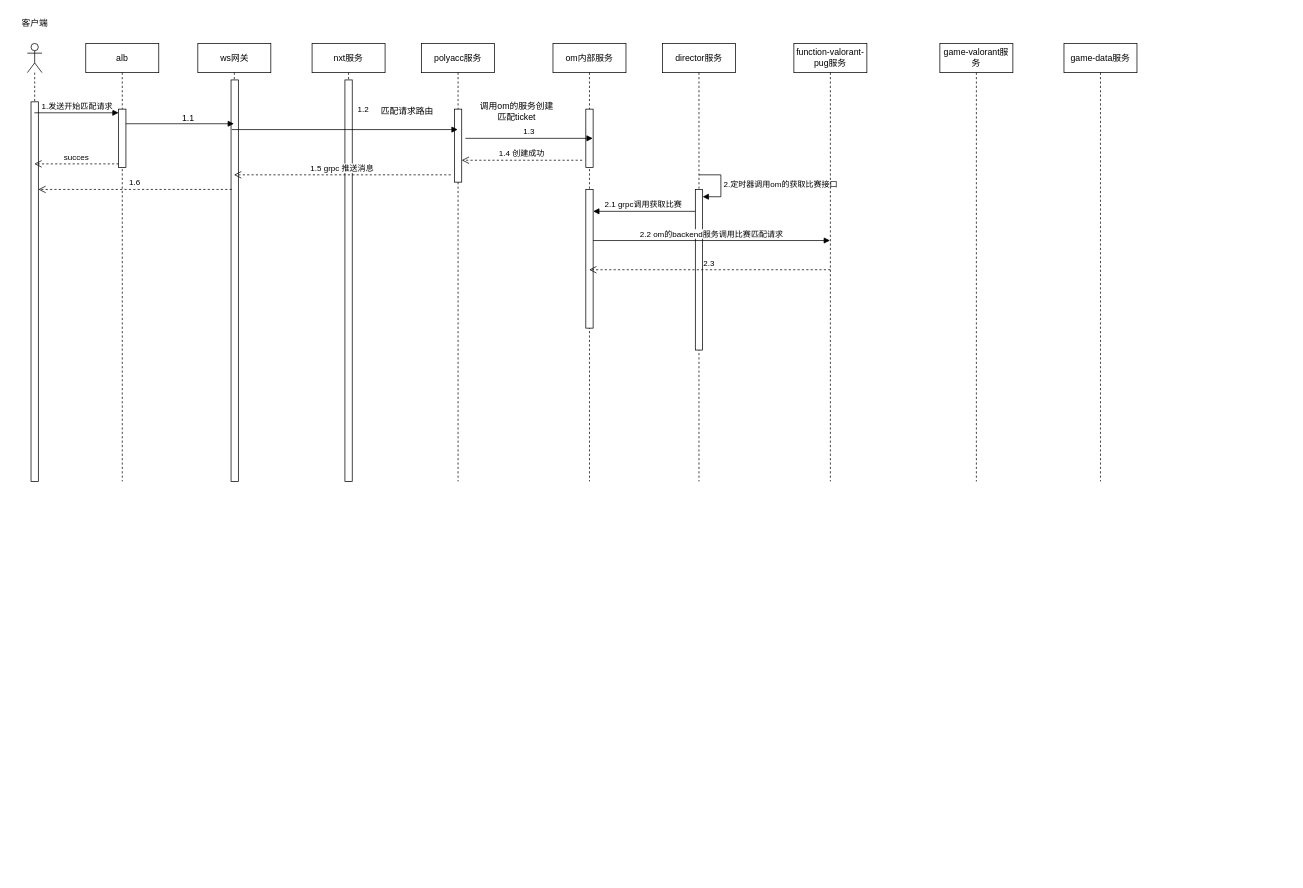
Before: 未命名绘图.drawio in haozhi-ly/test, a draw.io diagram. Source tidied: cells renumbered, new cells numbered last; positions are measured from the earlier drawing's top-left corner, leaving out a move shared by most shapes. Both pictures are drawn from the tidied source at 73%, with x=0, y=0 at pixel (12, 12).
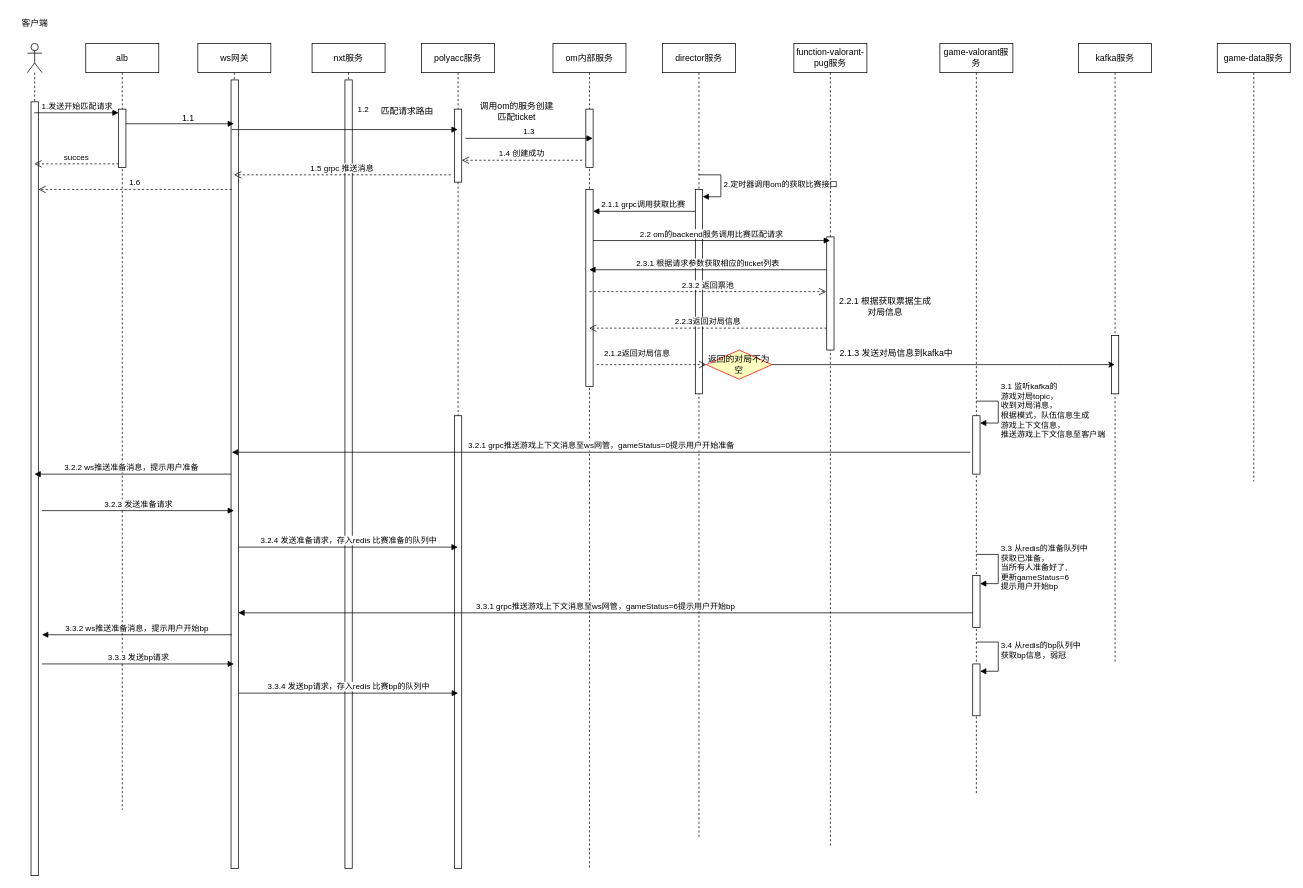
After the change.

Commit message (it also covers changes not shown here):
更新未命名绘图.drawio

Change to the diagram source:
```diff
@@
     <mxCell id="2" style="shape=umlLifeline;perimeter=lifelinePerimeter;whiteSpace=wrap;html=1;outlineConnect=0;portConstraint=eastwest;newEdgeStyle={&quot;curved&quot;:0,&quot;rounded&quot;:0};participant=umlActor;" parent="1" vertex="1">
-      <mxGeometry x="20" y="42" width="20" height="600" as="geometry" />
+      <mxGeometry x="20" y="42" width="20" height="1140" as="geometry" />
     </mxCell>
     <mxCell id="3" style="html=1;points=[[0,0,0,0,5],[0,1,0,0,-5],[1,0,0,0,5],[1,1,0,0,-5]];perimeter=orthogonalPerimeter;outlineConnect=0;targetShapes=umlLifeline;portConstraint=eastwest;newEdgeStyle={&quot;curved&quot;:0,&quot;rounded&quot;:0};" parent="2" vertex="1">
-      <mxGeometry x="5" y="80" width="10" height="520" as="geometry" />
+      <mxGeometry x="5" y="80" width="10" height="1060" as="geometry" />
     </mxCell>
@@
     <mxCell id="5" value="alb" style="shape=umlLifeline;perimeter=lifelinePerimeter;whiteSpace=wrap;html=1;newEdgeStyle={&quot;curved&quot;:0,&quot;rounded&quot;:0};" parent="1" vertex="1">
-      <mxGeometry x="100" y="42" width="100" height="600" as="geometry" />
+      <mxGeometry x="100" y="42" width="100" height="1050" as="geometry" />
     </mxCell>
@@
     <mxCell id="7" value="ws网关" style="shape=umlLifeline;perimeter=lifelinePerimeter;whiteSpace=wrap;html=1;outlineConnect=0;portConstraint=eastwest;newEdgeStyle={&quot;curved&quot;:0,&quot;rounded&quot;:0};" parent="1" vertex="1">
-      <mxGeometry x="253.5" y="42" width="100" height="600" as="geometry" />
+      <mxGeometry x="253.5" y="42" width="100" height="1130" as="geometry" />
     </mxCell>
     <mxCell id="8" style="html=1;perimeter=orthogonalPerimeter;targetShapes=umlLifeline;newEdgeStyle={&quot;curved&quot;:0,&quot;rounded&quot;:0};" parent="7" vertex="1">
-      <mxGeometry x="45.5" y="50" width="10" height="550" as="geometry" />
+      <mxGeometry x="45.5" y="50" width="10" height="1080" as="geometry" />
     </mxCell>
     <mxCell id="9" value="&lt;span style=&quot;white-space-collapse: preserve; background-color: transparent; color: light-dark(rgb(0, 0, 0), rgb(255, 255, 255));&quot;&gt;polyacc&lt;/span&gt;服务" style="shape=umlLifeline;perimeter=lifelinePerimeter;whiteSpace=wrap;html=1;outlineConnect=0;portConstraint=eastwest;newEdgeStyle={&quot;curved&quot;:0,&quot;rounded&quot;:0};" parent="1" vertex="1">
-      <mxGeometry x="560" y="42" width="100" height="600" as="geometry" />
+      <mxGeometry x="560" y="42" width="100" height="1130" as="geometry" />
     </mxCell>
@@
+    <mxCell id="36" style="html=1;perimeter=orthogonalPerimeter;targetShapes=umlLifeline;newEdgeStyle={&quot;curved&quot;:0,&quot;rounded&quot;:0};" parent="9" vertex="1">
+      <mxGeometry x="45" y="510" width="10" height="620" as="geometry" />
+    </mxCell>
     <mxCell id="11" value="&lt;span style=&quot;white-space-collapse: preserve;&quot;&gt;director服务&lt;/span&gt;" style="shape=umlLifeline;perimeter=lifelinePerimeter;whiteSpace=wrap;html=1;newEdgeStyle={&quot;curved&quot;:0,&quot;rounded&quot;:0};" parent="1" vertex="1">
-      <mxGeometry x="890" y="42" width="100" height="600" as="geometry" />
+      <mxGeometry x="890" y="42" width="100" height="1090" as="geometry" />
     </mxCell>
     <mxCell id="12" style="html=1;points=[[0,0,0,0,5],[0,1,0,0,-5],[1,0,0,0,5],[1,1,0,0,-5]];perimeter=orthogonalPerimeter;outlineConnect=0;targetShapes=umlLifeline;portConstraint=eastwest;newEdgeStyle={&quot;curved&quot;:0,&quot;rounded&quot;:0};" parent="11" vertex="1">
-      <mxGeometry x="45" y="200" width="10" height="220" as="geometry" />
+      <mxGeometry x="45" y="200" width="10" height="280" as="geometry" />
     </mxCell>
@@
     <mxCell id="14" value="&lt;div style=&quot;white-space-collapse: preserve;&quot;&gt;function-valorant-pug服务&lt;/div&gt;" style="shape=umlLifeline;perimeter=lifelinePerimeter;whiteSpace=wrap;html=1;newEdgeStyle={&quot;curved&quot;:0,&quot;rounded&quot;:0};" parent="1" vertex="1">
-      <mxGeometry x="1070" y="42" width="100" height="600" as="geometry" />
+      <mxGeometry x="1070" y="42" width="100" height="1100" as="geometry" />
     </mxCell>
+    <mxCell id="37" style="html=1;points=[[0,0,0,0,5],[0,1,0,0,-5],[1,0,0,0,5],[1,1,0,0,-5]];perimeter=orthogonalPerimeter;outlineConnect=0;targetShapes=umlLifeline;portConstraint=eastwest;newEdgeStyle={&quot;curved&quot;:0,&quot;rounded&quot;:0};" parent="14" vertex="1">
+      <mxGeometry x="45" y="265" width="10" height="155" as="geometry" />
+    </mxCell>
     <mxCell id="15" value="&lt;div style=&quot;white-space-collapse: preserve;&quot;&gt;&lt;span style=&quot;background-color: transparent; color: light-dark(rgb(0, 0, 0), rgb(255, 255, 255));&quot;&gt;game-valorant&lt;/span&gt;服务&lt;/div&gt;" style="shape=umlLifeline;perimeter=lifelinePerimeter;whiteSpace=wrap;html=1;newEdgeStyle={&quot;curved&quot;:0,&quot;rounded&quot;:0};" parent="1" vertex="1">
-      <mxGeometry x="1270" y="42" width="100" height="600" as="geometry" />
+      <mxGeometry x="1270" y="42" width="100" height="1030" as="geometry" />
     </mxCell>
+    <mxCell id="38" style="html=1;points=[[0,0,0,0,5],[0,1,0,0,-5],[1,0,0,0,5],[1,1,0,0,-5]];perimeter=orthogonalPerimeter;outlineConnect=0;targetShapes=umlLifeline;portConstraint=eastwest;newEdgeStyle={&quot;curved&quot;:0,&quot;rounded&quot;:0};" parent="15" vertex="1">
+      <mxGeometry x="45" y="510" width="10" height="80" as="geometry" />
+    </mxCell>
+    <mxCell id="39" value="3.1 监听kafka的&lt;div&gt;游戏对局topic，&lt;/div&gt;&lt;div&gt;收到对局消息，&lt;/div&gt;&lt;div&gt;根据模式，队伍信息生成&lt;/div&gt;&lt;div&gt;游戏上下文信息，&lt;/div&gt;&lt;div&gt;推送游戏上下文信息至客户端&lt;/div&gt;" style="html=1;align=left;spacingLeft=2;endArrow=block;rounded=0;edgeStyle=orthogonalEdgeStyle;curved=0;rounded=0;" parent="15" edge="1" target="38">
+      <mxGeometry relative="1" as="geometry">
+        <mxPoint x="50" y="490" as="sourcePoint" />
+        <Array as="points">
+          <mxPoint x="80" y="520" />
+        </Array>
+      </mxGeometry>
+    </mxCell>
+    <mxCell id="40" style="edgeStyle=orthogonalEdgeStyle;rounded=0;jettySize=auto;html=1;curved=0;exitX=0;exitY=0;exitDx=0;exitDy=5;exitPerimeter=0;" parent="15" edge="1" source="41">
+      <mxGeometry relative="1" as="geometry">
+        <mxPoint x="50" y="740" as="targetPoint" />
+      </mxGeometry>
+    </mxCell>
+    <mxCell id="41" style="html=1;points=[[0,0,0,0,5],[0,1,0,0,-5],[1,0,0,0,5],[1,1,0,0,-5]];perimeter=orthogonalPerimeter;outlineConnect=0;targetShapes=umlLifeline;portConstraint=eastwest;newEdgeStyle={&quot;curved&quot;:0,&quot;rounded&quot;:0};" parent="15" vertex="1">
+      <mxGeometry x="45" y="729" width="10" height="71" as="geometry" />
+    </mxCell>
+    <mxCell id="42" value="3.3 从redis的准备队列中&lt;div&gt;获取已准备，&lt;div&gt;当所有人准备好了,&lt;/div&gt;&lt;/div&gt;&lt;div&gt;&lt;span style=&quot;text-align: center;&quot;&gt;更新gameStatus=6&lt;/span&gt;&lt;/div&gt;&lt;div&gt;&lt;span style=&quot;text-align: center;&quot;&gt;提示用户开始bp&lt;/span&gt;&lt;/div&gt;" style="html=1;align=left;spacingLeft=2;endArrow=block;rounded=0;edgeStyle=orthogonalEdgeStyle;curved=0;rounded=0;" parent="15" edge="1" target="41">
+      <mxGeometry relative="1" as="geometry">
+        <mxPoint x="50" y="700" as="sourcePoint" />
+        <Array as="points">
+          <mxPoint x="50" y="700" />
+          <mxPoint x="80" y="700" />
+          <mxPoint x="80" y="740" />
+        </Array>
+      </mxGeometry>
+    </mxCell>
+    <mxCell id="43" style="html=1;perimeter=orthogonalPerimeter;targetShapes=umlLifeline;newEdgeStyle={&quot;curved&quot;:0,&quot;rounded&quot;:0};" parent="15" vertex="1">
+      <mxGeometry x="45" y="850" width="10" height="71" as="geometry" />
+    </mxCell>
     <mxCell id="16" value="&lt;span style=&quot;white-space-collapse: preserve; background-color: transparent; color: light-dark(rgb(0, 0, 0), rgb(255, 255, 255));&quot;&gt;nxt&lt;/span&gt;服务" style="shape=umlLifeline;perimeter=lifelinePerimeter;whiteSpace=wrap;html=1;newEdgeStyle={&quot;curved&quot;:0,&quot;rounded&quot;:0};" parent="1" vertex="1">
-      <mxGeometry x="410" y="42" width="100" height="600" as="geometry" />
+      <mxGeometry x="410" y="42" width="100" height="1130" as="geometry" />
     </mxCell>
     <mxCell id="17" style="html=1;perimeter=orthogonalPerimeter;targetShapes=umlLifeline;newEdgeStyle={&quot;curved&quot;:0,&quot;rounded&quot;:0};" parent="16" vertex="1">
-      <mxGeometry x="45" y="50" width="10" height="550" as="geometry" />
+      <mxGeometry x="45" y="50" width="10" height="1080" as="geometry" />
     </mxCell>
     <mxCell id="18" value="&lt;div style=&quot;white-space-collapse: preserve;&quot;&gt;&lt;span style=&quot;background-color: transparent; color: light-dark(rgb(0, 0, 0), rgb(255, 255, 255));&quot;&gt;game-data&lt;/span&gt;服务&lt;/div&gt;" style="shape=umlLifeline;perimeter=lifelinePerimeter;whiteSpace=wrap;html=1;newEdgeStyle={&quot;curved&quot;:0,&quot;rounded&quot;:0};" parent="1" vertex="1">
-      <mxGeometry x="1440" y="42" width="100" height="600" as="geometry" />
+      <mxGeometry x="1650" y="42" width="100" height="600" as="geometry" />
     </mxCell>
@@
     <mxCell id="21" value="&lt;span style=&quot;white-space-collapse: preserve;&quot;&gt;om内部服务&lt;/span&gt;" style="shape=umlLifeline;perimeter=lifelinePerimeter;whiteSpace=wrap;html=1;outlineConnect=0;portConstraint=eastwest;newEdgeStyle={&quot;curved&quot;:0,&quot;rounded&quot;:0};" parent="1" vertex="1">
-      <mxGeometry x="740" y="42" width="100" height="600" as="geometry" />
+      <mxGeometry x="740" y="42" width="100" height="1130" as="geometry" />
     </mxCell>
@@
     <mxCell id="23" style="html=1;perimeter=orthogonalPerimeter;targetShapes=umlLifeline;newEdgeStyle={&quot;curved&quot;:0,&quot;rounded&quot;:0};" parent="21" vertex="1">
-      <mxGeometry x="45" y="200" width="10" height="190" as="geometry" />
+      <mxGeometry x="45" y="200" width="10" height="270" as="geometry" />
     </mxCell>
@@
-    <mxCell id="33" value="2.1 grpc调用获取比赛&amp;nbsp;" style="html=1;verticalAlign=bottom;endArrow=block;curved=0;rounded=0;" parent="1" edge="1">
+    <mxCell id="33" value="2.1.1 grpc调用获取比赛&amp;nbsp;" style="html=1;verticalAlign=bottom;endArrow=block;curved=0;rounded=0;" parent="1" edge="1">
       <mxGeometry relative="1" as="geometry">
         <mxPoint x="935" y="272" as="sourcePoint" />
         <mxPoint x="795" y="272" as="targetPoint" />
       </mxGeometry>
     </mxCell>
@@
-    <mxCell id="35" value="2.3&amp;nbsp;" style="html=1;verticalAlign=bottom;endArrow=open;dashed=1;endSize=8;curved=0;rounded=0;" parent="1" edge="1" target="21">
-      <mxGeometry relative="1" as="geometry">
-        <mxPoint x="1120" y="352" as="sourcePoint" />
-      </mxGeometry>
-    </mxCell>
+    <mxCell id="44" value="2.3.1 根据请求参数获取相应的ticket列表" style="html=1;verticalAlign=bottom;endArrow=block;curved=0;rounded=0;" parent="1" edge="1" source="37">
+      <mxGeometry relative="1" as="geometry">
+        <mxPoint x="789.7" y="352" as="targetPoint" />
+      </mxGeometry>
+    </mxCell>
+    <mxCell id="45" value="2.3.2 返回票池" style="html=1;verticalAlign=bottom;endArrow=open;dashed=1;endSize=8;curved=0;rounded=0;" parent="1" edge="1">
+      <mxGeometry relative="1" as="geometry">
+        <mxPoint x="790" y="382" as="sourcePoint" />
+        <mxPoint x="1114.5" y="382" as="targetPoint" />
+      </mxGeometry>
+    </mxCell>
+    <mxCell id="46" value="2.2.3返回对局信息" style="html=1;verticalAlign=bottom;endArrow=open;dashed=1;endSize=8;curved=0;rounded=0;" parent="1" edge="1" target="21">
+      <mxGeometry relative="1" as="geometry">
+        <mxPoint x="1115" y="432" as="sourcePoint" />
+      </mxGeometry>
+    </mxCell>
+    <mxCell id="47" value="2.2.1 根据获取票据生成&lt;div&gt;对局信息&lt;/div&gt;" style="text;html=1;align=center;verticalAlign=middle;strokeColor=none;fillColor=none;" parent="1" vertex="1">
+      <mxGeometry x="1120" y="382" width="150" height="40" as="geometry" />
+    </mxCell>
+    <mxCell id="48" value="&lt;div style=&quot;white-space-collapse: preserve;&quot;&gt;&lt;span style=&quot;background-color: transparent; color: light-dark(rgb(0, 0, 0), rgb(255, 255, 255));&quot;&gt;kafka&lt;/span&gt;服务&lt;/div&gt;" style="shape=umlLifeline;perimeter=lifelinePerimeter;whiteSpace=wrap;html=1;outlineConnect=0;portConstraint=eastwest;newEdgeStyle={&quot;curved&quot;:0,&quot;rounded&quot;:0};" parent="1" vertex="1">
+      <mxGeometry x="1460" y="42" width="100" height="850" as="geometry" />
+    </mxCell>
+    <mxCell id="49" style="html=1;perimeter=orthogonalPerimeter;targetShapes=umlLifeline;newEdgeStyle={&quot;curved&quot;:0,&quot;rounded&quot;:0};" parent="48" vertex="1">
+      <mxGeometry x="45" y="400" width="10" height="80" as="geometry" />
+    </mxCell>
+    <mxCell id="50" style="html=1;verticalAlign=bottom;endArrow=open;dashed=1;endSize=8;curved=0;rounded=0;entryX=0;entryY=0.5;entryDx=0;entryDy=0;" parent="1" edge="1" target="52">
+      <mxGeometry relative="1" as="geometry">
+        <mxPoint x="800" y="482" as="sourcePoint" />
+      </mxGeometry>
+    </mxCell>
+    <mxCell id="51" style="edgeStyle=orthogonalEdgeStyle;rounded=0;jettySize=auto;html=1;" parent="1" edge="1" source="52" target="48">
+      <mxGeometry relative="1" as="geometry">
+        <Array as="points">
+          <mxPoint x="1430" y="482" />
+          <mxPoint x="1430" y="482" />
+        </Array>
+      </mxGeometry>
+    </mxCell>
+    <mxCell id="52" value="返回的对局不为空" style="rhombus;whiteSpace=wrap;html=1;fontColor=#000000;fillColor=#ffffc0;strokeColor=#ff0000;" parent="1" vertex="1">
+      <mxGeometry x="950" y="462" width="90" height="40" as="geometry" />
+    </mxCell>
+    <mxCell id="53" value="&lt;span style=&quot;font-size: 11px; background-color: rgb(255, 255, 255);&quot;&gt;2.1.2返回对局信息&lt;/span&gt;" style="text;html=1;align=center;verticalAlign=middle;strokeColor=none;fillColor=none;" parent="1" vertex="1">
+      <mxGeometry x="800" y="452" width="110" height="30" as="geometry" />
+    </mxCell>
+    <mxCell id="54" value="2.1.3 发送对局信息到kafka中" style="text;html=1;align=center;verticalAlign=middle;strokeColor=none;fillColor=none;" parent="1" vertex="1">
+      <mxGeometry x="1120" y="452" width="180" height="30" as="geometry" />
+    </mxCell>
+    <mxCell id="55" value="3.2.1 grpc推送游戏上下文消息至ws网管，gameStatus=0提示用户开始准备" style="html=1;verticalAlign=bottom;endArrow=block;curved=0;rounded=0;" parent="1" edge="1">
+      <mxGeometry relative="1" as="geometry">
+        <mxPoint x="1311.8" y="602" as="sourcePoint" />
+        <mxPoint x="300" y="602" as="targetPoint" />
+      </mxGeometry>
+    </mxCell>
+    <mxCell id="56" value="3.2.2 ws推送准备消息，提示用户准备&amp;nbsp;" style="html=1;verticalAlign=bottom;endArrow=block;curved=0;rounded=0;" parent="1" edge="1">
+      <mxGeometry relative="1" as="geometry">
+        <mxPoint x="299" y="632" as="sourcePoint" />
+        <mxPoint x="29.7" y="632" as="targetPoint" />
+      </mxGeometry>
+    </mxCell>
+    <mxCell id="57" value="3.2.3 发送准备请求" style="html=1;verticalAlign=bottom;endArrow=block;curved=0;rounded=0;" parent="1" edge="1" target="7">
+      <mxGeometry relative="1" as="geometry">
+        <mxPoint x="40" y="682" as="sourcePoint" />
+      </mxGeometry>
+    </mxCell>
+    <mxCell id="58" value="3.2.4 发送准备请求，存入redis 比赛准备的队列中" style="html=1;verticalAlign=bottom;endArrow=block;curved=0;rounded=0;" parent="1" edge="1" target="9">
+      <mxGeometry relative="1" as="geometry">
+        <mxPoint x="310" y="732" as="sourcePoint" />
+      </mxGeometry>
+    </mxCell>
+    <mxCell id="59" value="3.3.1 grpc推送游戏上下文消息至ws网管，gameStatus=6提示用户开始bp" style="html=1;verticalAlign=bottom;endArrow=block;curved=0;rounded=0;exitX=0;exitY=1;exitDx=0;exitDy=-5;exitPerimeter=0;" parent="1" edge="1">
+      <mxGeometry relative="1" as="geometry">
+        <mxPoint x="1315" y="822" as="sourcePoint" />
+        <mxPoint x="309" y="822" as="targetPoint" />
+      </mxGeometry>
+    </mxCell>
+    <mxCell id="60" value="3.3.2 ws推送准备消息，提示用户开始bp" style="html=1;verticalAlign=bottom;endArrow=block;curved=0;rounded=0;" parent="1" edge="1">
+      <mxGeometry relative="1" as="geometry">
+        <mxPoint x="300" y="852" as="sourcePoint" />
+        <mxPoint x="40" y="852" as="targetPoint" />
+      </mxGeometry>
+    </mxCell>
+    <mxCell id="61" value="3.3.3 发送bp请求" style="html=1;verticalAlign=bottom;endArrow=block;curved=0;rounded=0;" parent="1" edge="1">
+      <mxGeometry relative="1" as="geometry">
+        <mxPoint x="40" y="892" as="sourcePoint" />
+        <mxPoint x="303" y="892" as="targetPoint" />
+      </mxGeometry>
+    </mxCell>
+    <mxCell id="62" value="3.4 从redis的bp队列中&lt;div&gt;获取bp信息，弱冠&lt;div&gt;&lt;br&gt;&lt;/div&gt;&lt;/div&gt;" style="html=1;align=left;spacingLeft=2;endArrow=block;rounded=0;edgeStyle=orthogonalEdgeStyle;curved=0;rounded=0;" parent="1" edge="1">
+      <mxGeometry relative="1" as="geometry">
+        <mxPoint x="1320" y="862" as="sourcePoint" />
+        <mxPoint x="1325" y="902" as="targetPoint" />
+        <Array as="points">
+          <mxPoint x="1320" y="862" />
+          <mxPoint x="1350" y="862" />
+          <mxPoint x="1350" y="902" />
+        </Array>
+      </mxGeometry>
+    </mxCell>
+    <mxCell id="63" value="3.3.4 发送bp请求，存入redis 比赛bp的队列中" style="html=1;verticalAlign=bottom;endArrow=block;curved=0;rounded=0;" parent="1" edge="1">
+      <mxGeometry relative="1" as="geometry">
+        <mxPoint x="310" y="932" as="sourcePoint" />
+        <mxPoint x="610" y="932" as="targetPoint" />
+      </mxGeometry>
+    </mxCell>
```
